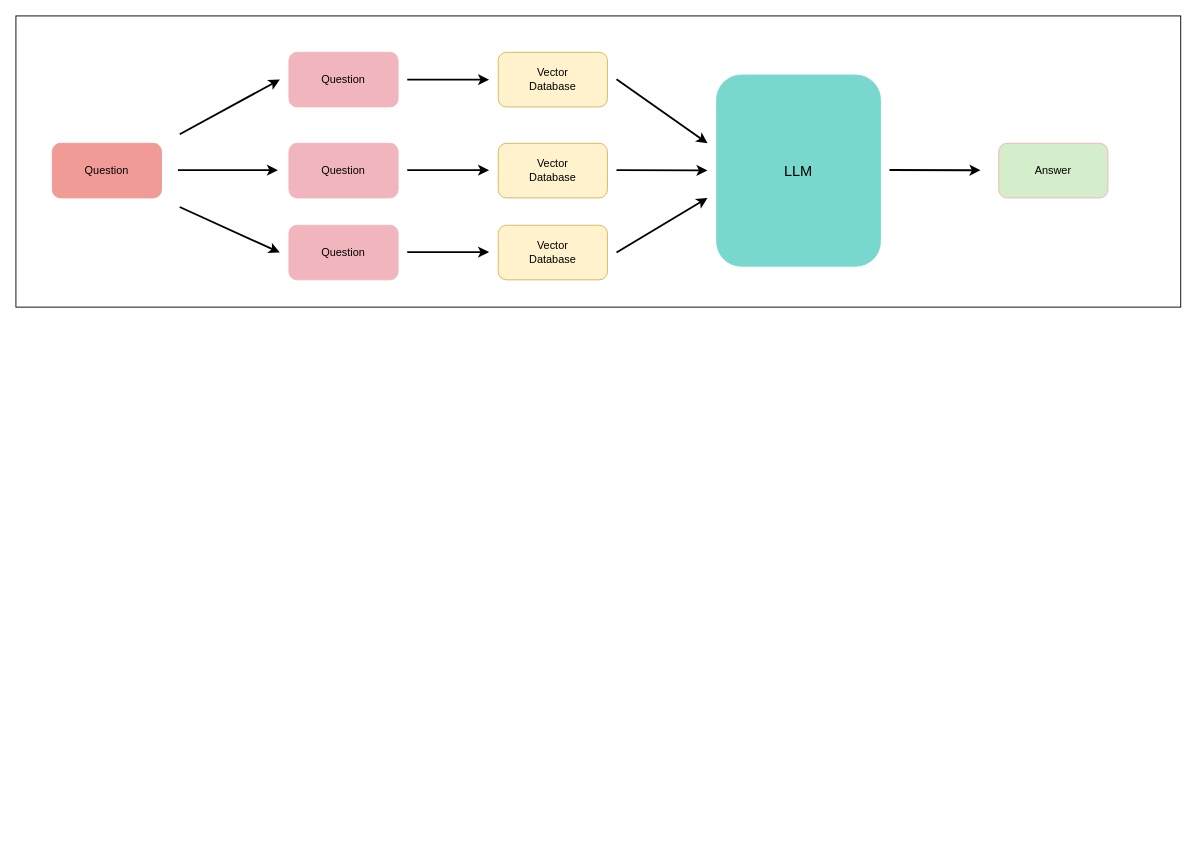
Earlier version of the draw.io diagram bookMind/RAG.drawio (SilentEchoe/Blogs). Source tidied: cells renumbered, new cells numbered last; positions are measured from the earlier drawing's top-left corner, leaving out a move shared by most shapes. Both pictures are drawn from the tidied source at 91%, with x=0, y=0 at pixel (15, 15).
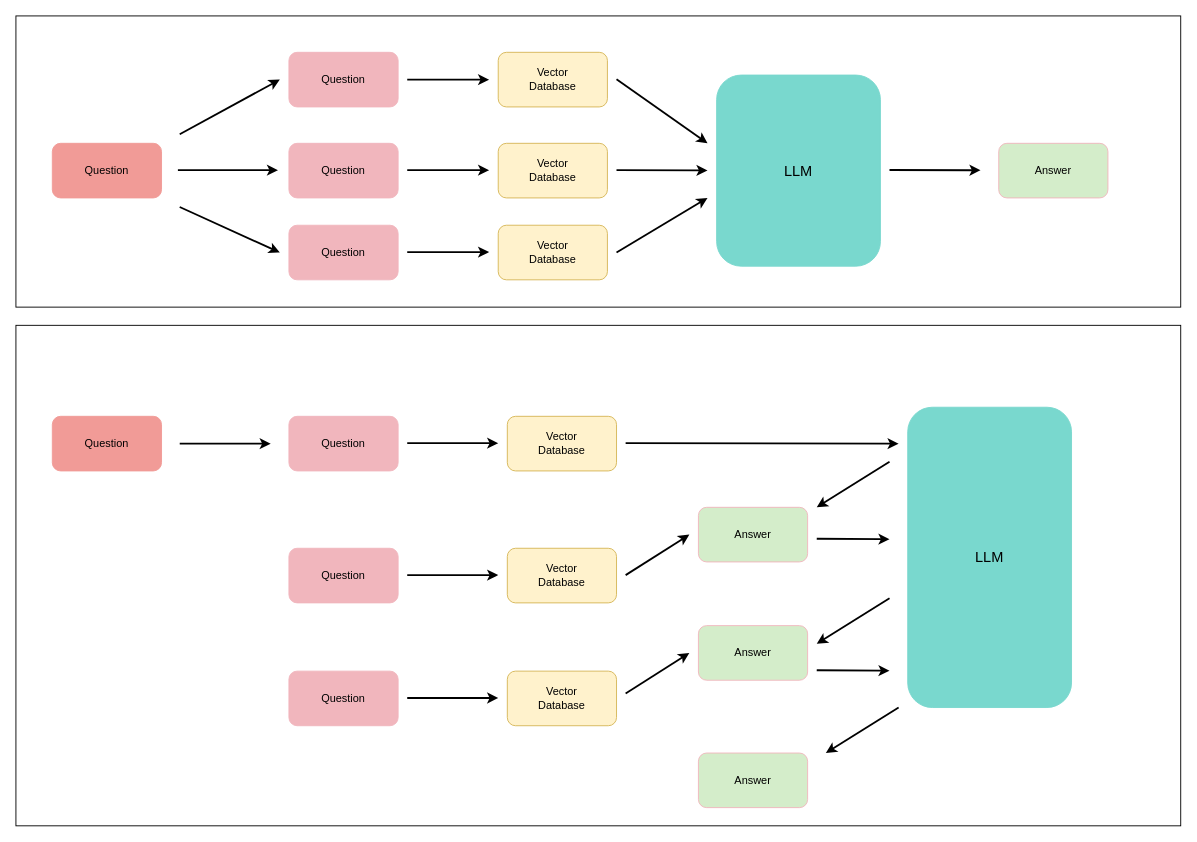
Above is the later version.

What changed in the source:
```diff
@@
+    <mxCell id="22" style="rounded=0;whiteSpace=wrap;html=1;" parent="1" vertex="1">
+      <mxGeometry y="340" width="1280" height="550" as="geometry" />
+    </mxCell>
@@
+    <mxCell id="23" value="Question" style="rounded=1;whiteSpace=wrap;html=1;shadow=0;fillColor=#F19B97;strokeColor=#F19B97;" parent="1" vertex="1">
+      <mxGeometry x="40" y="440" width="120" height="60" as="geometry" />
+    </mxCell>
+    <mxCell id="24" style="endArrow=classic;html=1;rounded=1;strokeWidth=2;" parent="1" edge="1">
+      <mxGeometry relative="1" as="geometry">
+        <mxPoint x="180" y="470" as="sourcePoint" />
+        <mxPoint x="280" y="470" as="targetPoint" />
+      </mxGeometry>
+    </mxCell>
+    <mxCell id="25" value="Question" style="rounded=1;whiteSpace=wrap;html=1;shadow=0;fillColor=#F1B6BD;strokeColor=#F1B6BD;" parent="1" vertex="1">
+      <mxGeometry x="300" y="440" width="120" height="60" as="geometry" />
+    </mxCell>
+    <mxCell id="26" value="Question" style="rounded=1;whiteSpace=wrap;html=1;shadow=0;fillColor=#F1B6BD;strokeColor=#F1B6BD;" parent="1" vertex="1">
+      <mxGeometry x="300" y="585" width="120" height="60" as="geometry" />
+    </mxCell>
+    <mxCell id="27" value="Question" style="rounded=1;whiteSpace=wrap;html=1;shadow=0;fillColor=#F1B6BD;strokeColor=#F1B6BD;" parent="1" vertex="1">
+      <mxGeometry x="300" y="720" width="120" height="60" as="geometry" />
+    </mxCell>
+    <mxCell id="28" value="Vector&lt;br&gt;Database" style="rounded=1;whiteSpace=wrap;html=1;shadow=0;fillColor=#fff2cc;strokeColor=#d6b656;" parent="1" vertex="1">
+      <mxGeometry x="540" y="440" width="120" height="60" as="geometry" />
+    </mxCell>
+    <mxCell id="29" style="endArrow=classic;html=1;rounded=1;strokeWidth=2;" parent="1" edge="1">
+      <mxGeometry relative="1" as="geometry">
+        <mxPoint x="430" y="469.5" as="sourcePoint" />
+        <mxPoint x="530" y="469.5" as="targetPoint" />
+      </mxGeometry>
+    </mxCell>
+    <mxCell id="30" value="&lt;font style=&quot;font-size: 16px;&quot;&gt;LLM&lt;/font&gt;" style="rounded=1;whiteSpace=wrap;html=1;shadow=0;fillColor=#79D8CE;strokeColor=#79D8CE;" parent="1" vertex="1">
+      <mxGeometry x="980" y="430" width="180" height="330" as="geometry" />
+    </mxCell>
+    <mxCell id="31" value="Answer" style="rounded=1;whiteSpace=wrap;html=1;shadow=0;fillColor=#D4EDCA;strokeColor=#F1B6BD;" parent="1" vertex="1">
+      <mxGeometry x="750" y="540" width="120" height="60" as="geometry" />
+    </mxCell>
+    <mxCell id="32" style="endArrow=classic;html=1;rounded=1;strokeWidth=2;" parent="1" edge="1">
+      <mxGeometry relative="1" as="geometry">
+        <mxPoint x="670" y="469.5" as="sourcePoint" />
+        <mxPoint x="970" y="470" as="targetPoint" />
+      </mxGeometry>
+    </mxCell>
+    <mxCell id="33" style="endArrow=classic;html=1;rounded=1;strokeWidth=2;" parent="1" edge="1">
+      <mxGeometry relative="1" as="geometry">
+        <mxPoint x="960" y="490" as="sourcePoint" />
+        <mxPoint x="880" y="540" as="targetPoint" />
+      </mxGeometry>
+    </mxCell>
+    <mxCell id="34" value="Vector&lt;br&gt;Database" style="rounded=1;whiteSpace=wrap;html=1;shadow=0;fillColor=#fff2cc;strokeColor=#d6b656;" parent="1" vertex="1">
+      <mxGeometry x="540" y="585" width="120" height="60" as="geometry" />
+    </mxCell>
+    <mxCell id="35" style="endArrow=classic;html=1;rounded=1;strokeWidth=2;" parent="1" edge="1">
+      <mxGeometry relative="1" as="geometry">
+        <mxPoint x="430" y="614.5" as="sourcePoint" />
+        <mxPoint x="530" y="614.5" as="targetPoint" />
+      </mxGeometry>
+    </mxCell>
+    <mxCell id="36" style="endArrow=classic;html=1;rounded=1;strokeWidth=2;" parent="1" edge="1">
+      <mxGeometry relative="1" as="geometry">
+        <mxPoint x="670" y="614.5" as="sourcePoint" />
+        <mxPoint x="740" y="570" as="targetPoint" />
+      </mxGeometry>
+    </mxCell>
+    <mxCell id="37" style="endArrow=classic;html=1;rounded=1;strokeWidth=2;" parent="1" edge="1">
+      <mxGeometry relative="1" as="geometry">
+        <mxPoint x="880" y="574.5" as="sourcePoint" />
+        <mxPoint x="960" y="575" as="targetPoint" />
+      </mxGeometry>
+    </mxCell>
+    <mxCell id="38" style="endArrow=classic;html=1;rounded=1;strokeWidth=2;" parent="1" edge="1">
+      <mxGeometry relative="1" as="geometry">
+        <mxPoint x="960" y="640" as="sourcePoint" />
+        <mxPoint x="880" y="690" as="targetPoint" />
+      </mxGeometry>
+    </mxCell>
+    <mxCell id="39" value="Answer" style="rounded=1;whiteSpace=wrap;html=1;shadow=0;fillColor=#D4EDCA;strokeColor=#F1B6BD;" parent="1" vertex="1">
+      <mxGeometry x="750" y="670" width="120" height="60" as="geometry" />
+    </mxCell>
+    <mxCell id="40" style="endArrow=classic;html=1;rounded=1;strokeWidth=2;" parent="1" edge="1">
+      <mxGeometry relative="1" as="geometry">
+        <mxPoint x="430" y="749.5" as="sourcePoint" />
+        <mxPoint x="530" y="749.5" as="targetPoint" />
+      </mxGeometry>
+    </mxCell>
+    <mxCell id="41" value="Vector&lt;br&gt;Database" style="rounded=1;whiteSpace=wrap;html=1;shadow=0;fillColor=#fff2cc;strokeColor=#d6b656;" parent="1" vertex="1">
+      <mxGeometry x="540" y="720" width="120" height="60" as="geometry" />
+    </mxCell>
+    <mxCell id="42" style="endArrow=classic;html=1;rounded=1;strokeWidth=2;" parent="1" edge="1">
+      <mxGeometry relative="1" as="geometry">
+        <mxPoint x="670" y="744.5" as="sourcePoint" />
+        <mxPoint x="740" y="700" as="targetPoint" />
+      </mxGeometry>
+    </mxCell>
+    <mxCell id="43" style="endArrow=classic;html=1;rounded=1;strokeWidth=2;" parent="1" edge="1">
+      <mxGeometry relative="1" as="geometry">
+        <mxPoint x="880" y="719" as="sourcePoint" />
+        <mxPoint x="960" y="719.5" as="targetPoint" />
+      </mxGeometry>
+    </mxCell>
+    <mxCell id="44" style="endArrow=classic;html=1;rounded=1;strokeWidth=2;" parent="1" edge="1">
+      <mxGeometry relative="1" as="geometry">
+        <mxPoint x="970" y="760" as="sourcePoint" />
+        <mxPoint x="890" y="810" as="targetPoint" />
+      </mxGeometry>
+    </mxCell>
+    <mxCell id="45" value="Answer" style="rounded=1;whiteSpace=wrap;html=1;shadow=0;fillColor=#D4EDCA;strokeColor=#F1B6BD;" parent="1" vertex="1">
+      <mxGeometry x="750" y="810" width="120" height="60" as="geometry" />
+    </mxCell>
```
